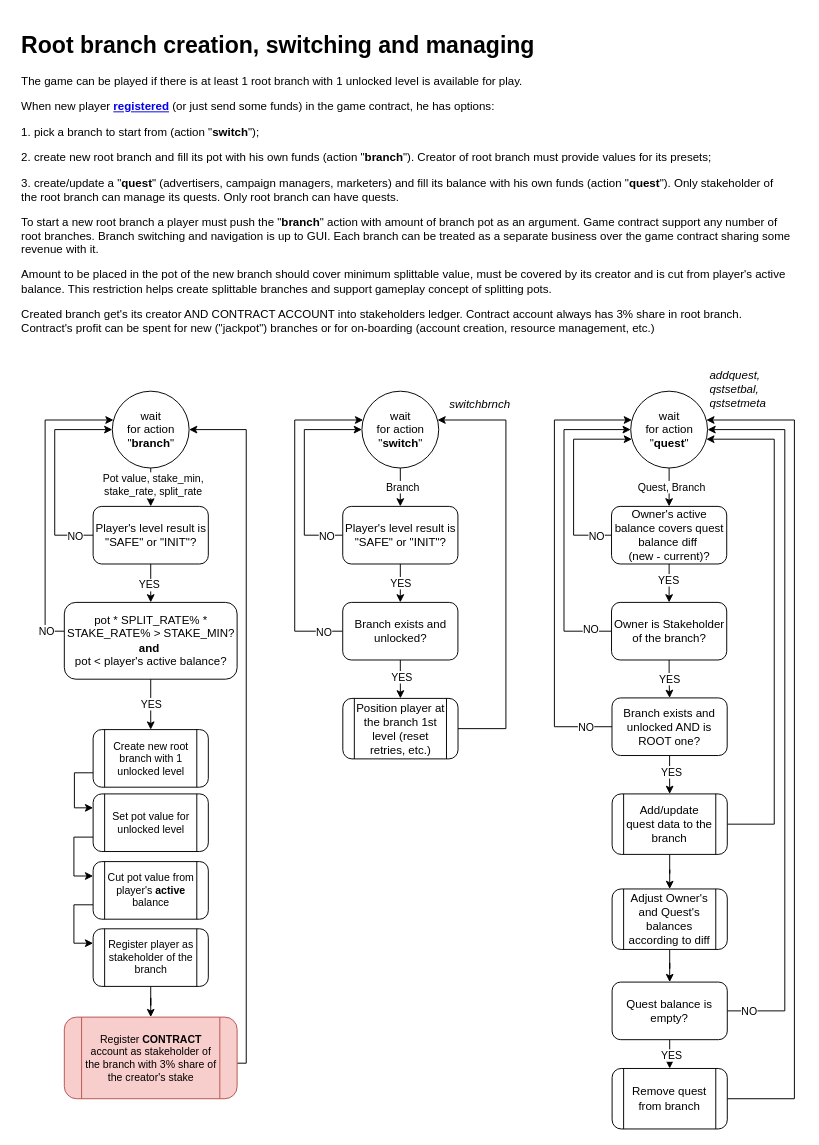
cptn-solo/woffler_contract keeps this draw.io diagram as page "branch" (4 of 14) of ia/WOFFLER IA.drawio. Above is the earlier version. Source tidied: cells renumbered, new cells numbered last; positions are measured from the earlier drawing's top-left corner, leaving out a move shared by most shapes. Both pictures are drawn from the tidied source at 96%, with x=0, y=0 at pixel (16, 26).
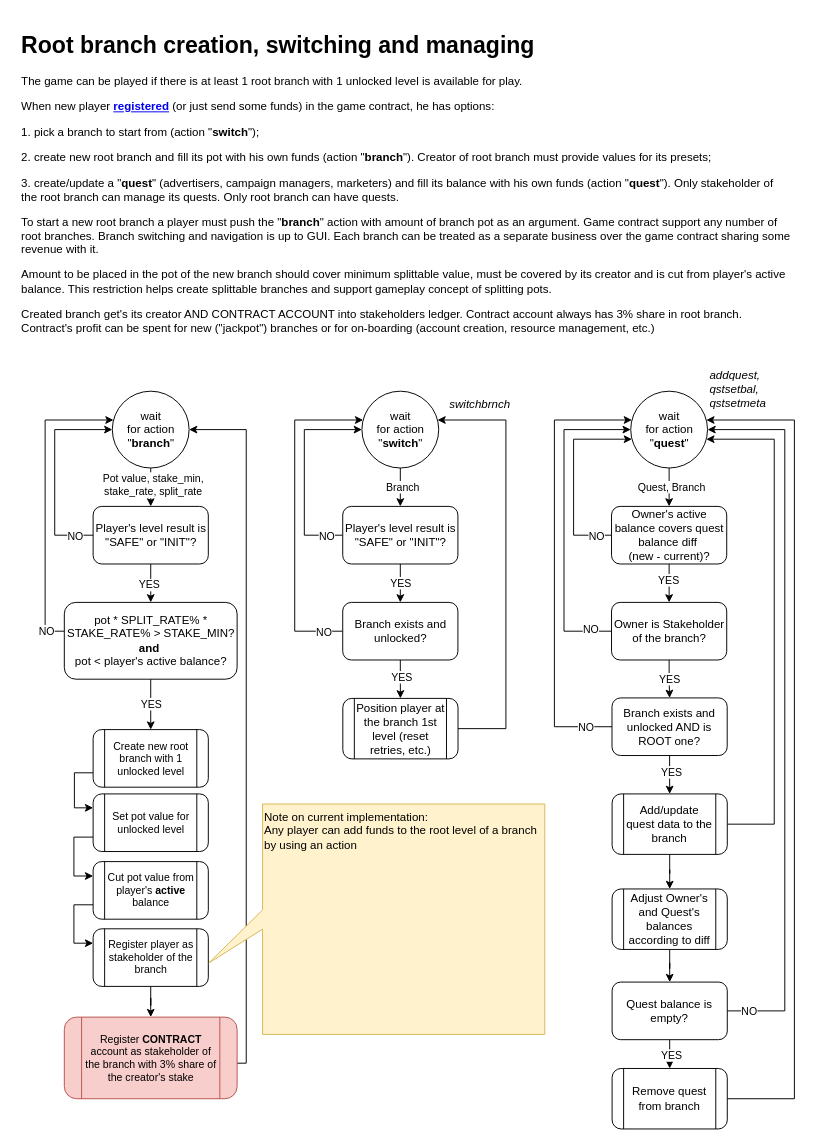
Above is the later version.

Diff of the diagram source:
```diff
@@
+    <mxCell id="69" value="Note on current implementation:&lt;br&gt;Any player can add funds to the root level of a branch by using an action&amp;nbsp;&lt;br&gt;" style="shape=callout;whiteSpace=wrap;html=1;perimeter=calloutPerimeter;direction=south;size=56;position=0.46;position2=0.69;align=left;verticalAlign=top;fillColor=#fff2cc;strokeColor=#d6b656;" parent="1" vertex="1">
+      <mxGeometry x="200" y="810" width="350" height="240" as="geometry" />
+    </mxCell>
```
